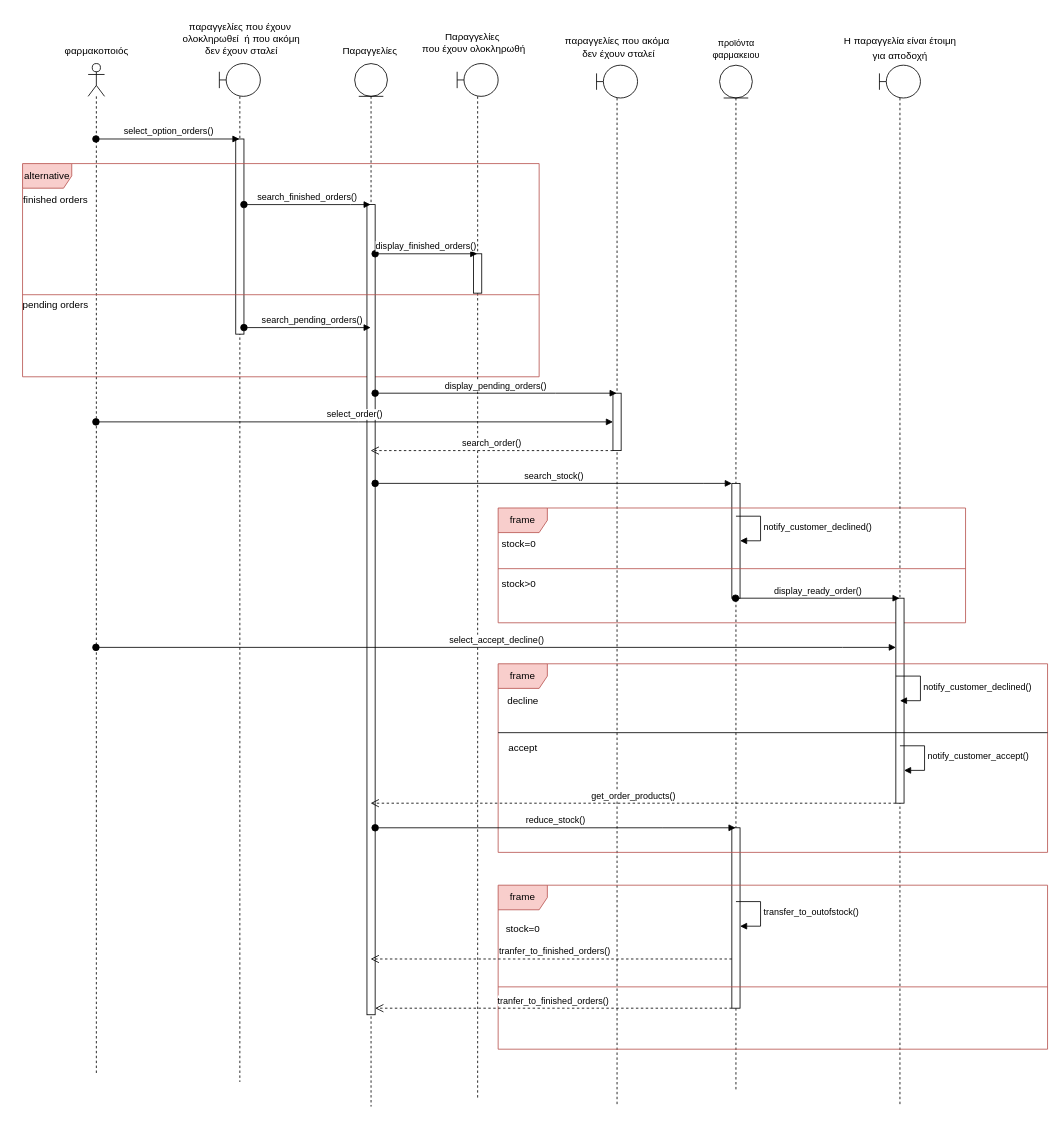
The draw.io diagram Παραδοτέο_4/sequence/sequence_6.drawio in Galenus-Pharmacy/GalenusPharmacies, before the edit. Source tidied: cells renumbered, new cells numbered last; positions are measured from the earlier drawing's top-left corner, leaving out a move shared by most shapes. Both pictures are drawn from the tidied source at 82%, with x=0, y=0 at pixel (14, 14).
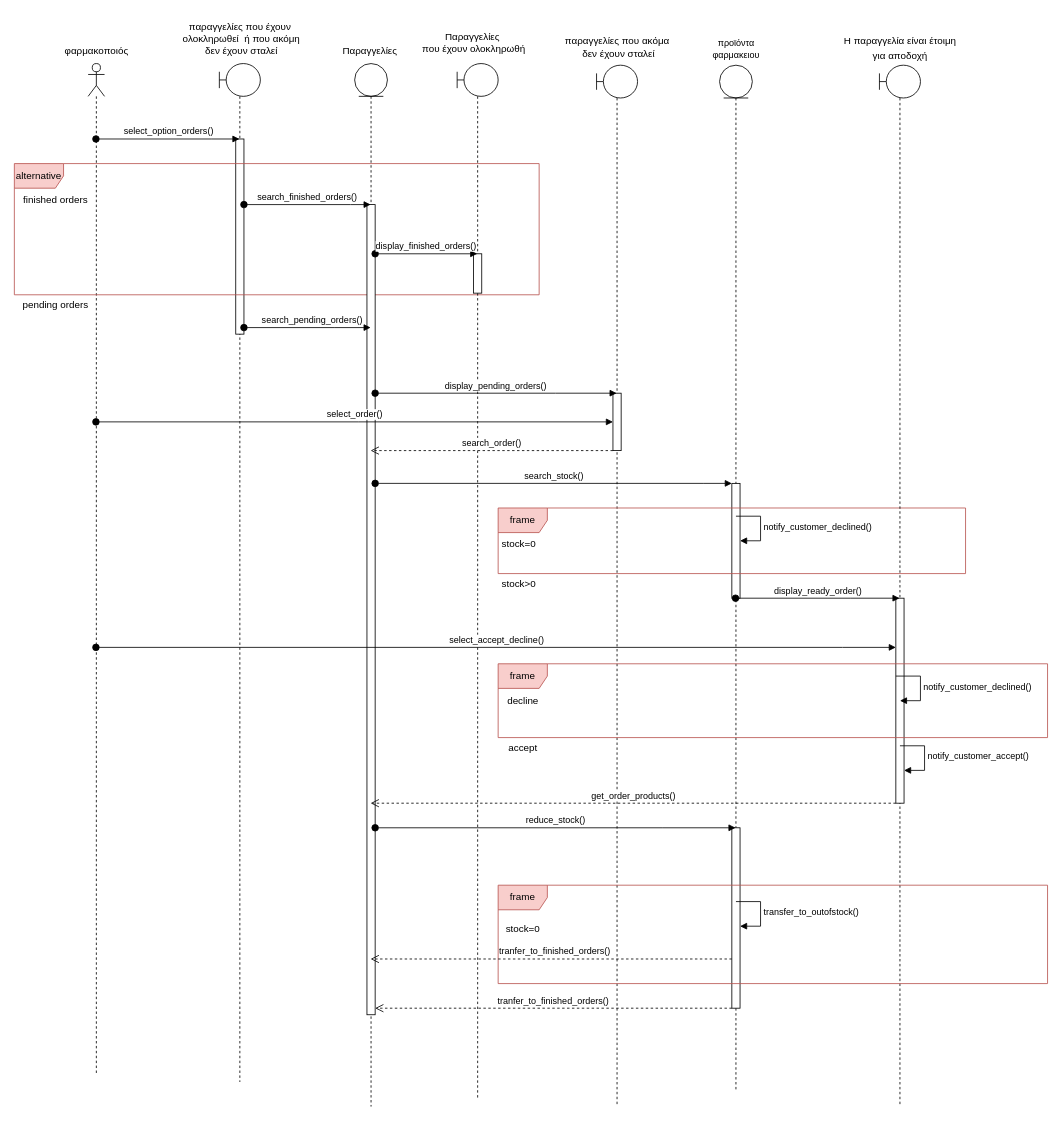
After the change.

What changed in the source:
```diff
@@
     <mxCell id="8" value="alternative" style="shape=umlFrame;whiteSpace=wrap;html=1;fillColor=#f8cecc;strokeColor=#b85450;" parent="1" vertex="1">
-      <mxGeometry x="10" y="182" width="630" height="260" as="geometry" />
+      <mxGeometry y="182" width="640" height="160" as="geometry" />
     </mxCell>
@@
-    <mxCell id="21" style="endArrow=none;html=1;rounded=0;entryX=1;entryY=0.615;entryDx=0;entryDy=0;entryPerimeter=0;exitX=0;exitY=0.615;exitDx=0;exitDy=0;exitPerimeter=0;fillColor=#f8cecc;strokeColor=#b85450;" parent="1" edge="1" source="8" target="8">
-      <mxGeometry relative="1" as="geometry" />
-    </mxCell>
@@
     <mxCell id="30" value="frame" style="shape=umlFrame;whiteSpace=wrap;html=1;fillColor=#f8cecc;strokeColor=#b85450;" parent="1" vertex="1">
-      <mxGeometry x="590" y="602" width="570" height="140" as="geometry" />
+      <mxGeometry x="590" y="602" width="570" height="80" as="geometry" />
     </mxCell>
@@
-    <mxCell id="33" style="line;strokeWidth=1;fillColor=#f8cecc;align=left;verticalAlign=middle;spacingTop=-1;spacingLeft=3;spacingRight=3;labelPosition=right;strokeColor=#b85450;" parent="1" vertex="1">
-      <mxGeometry x="590" y="672" width="570" height="8" as="geometry" />
-    </mxCell>
@@
     <mxCell id="42" value="frame" style="shape=umlFrame;whiteSpace=wrap;html=1;fillColor=#f8cecc;strokeColor=#b85450;" parent="1" vertex="1">
-      <mxGeometry x="590" y="792" width="670" height="230" as="geometry" />
+      <mxGeometry x="590" y="792" width="670" height="90" as="geometry" />
     </mxCell>
@@
-    <mxCell id="45" style="line;strokeWidth=1;fillColor=none;align=left;verticalAlign=middle;spacingTop=-1;spacingLeft=3;spacingRight=3;labelPosition=right;strokeColor=inherit;" parent="1" vertex="1">
-      <mxGeometry x="590" y="872" width="670" height="8" as="geometry" />
-    </mxCell>
@@
     <mxCell id="49" value="frame" style="shape=umlFrame;whiteSpace=wrap;html=1;fillColor=#f8cecc;strokeColor=#b85450;" parent="1" vertex="1">
-      <mxGeometry x="590" y="1062" width="670" height="200" as="geometry" />
+      <mxGeometry x="590" y="1062" width="670" height="120" as="geometry" />
     </mxCell>
@@
-    <mxCell id="54" style="line;strokeWidth=1;fillColor=#f8cecc;align=left;verticalAlign=middle;spacingTop=-1;spacingLeft=3;spacingRight=3;labelPosition=right;strokeColor=#b85450;" parent="1" vertex="1">
-      <mxGeometry x="590" y="1182" width="670" height="8" as="geometry" />
-    </mxCell>
```
